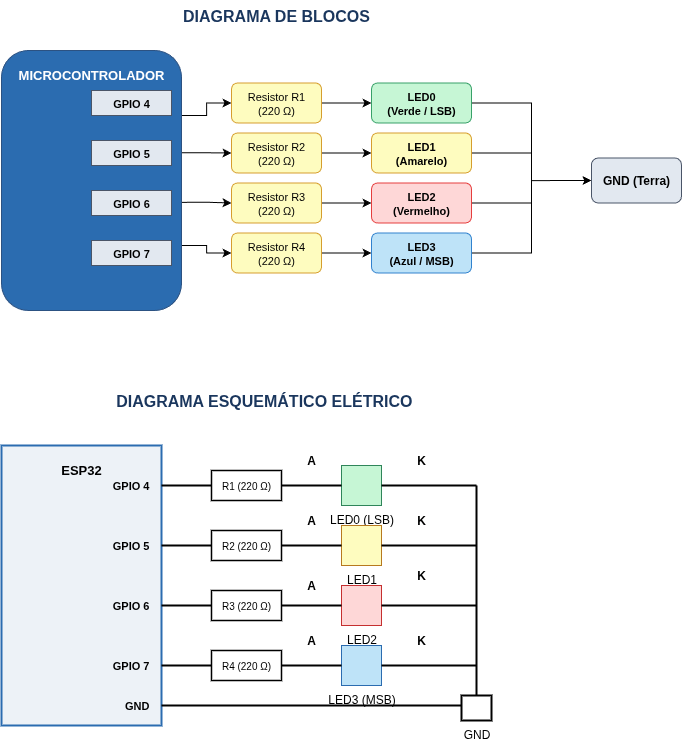
Before: saidas-digitais/saidas-digitais-diagramas.drawio.png, a diagram exported from draw.io (Brunalu28/sistemas-embarcados). Source tidied: cells renumbered, new cells last; positions are measured from the earlier drawing's top-left corner, leaving out a move shared by most shapes.
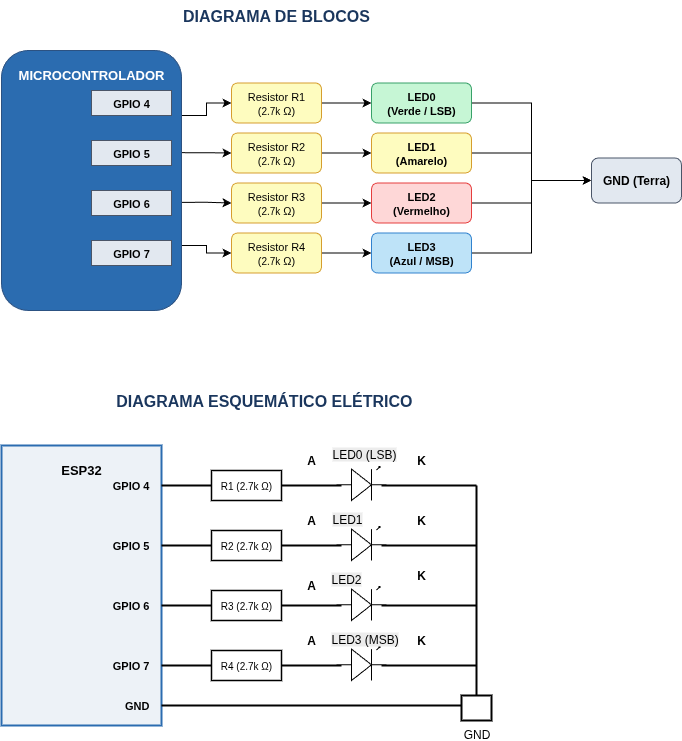
Above is the later version.

What changed in the source:
```diff
@@ -35,25 +35,25 @@
     <mxCell id="12" style="edgeStyle=orthogonalEdgeStyle;rounded=0;jettySize=auto;html=1;entryX=0;entryY=0.5;entryDx=0;entryDy=0;" parent="1" edge="1" source="13" target="21">
       <mxGeometry relative="1" as="geometry" />
     </mxCell>
-    <mxCell id="13" value="Resistor R1&lt;br&gt;(220 Ω)" style="rounded=1;whiteSpace=wrap;html=1;fillColor=#FEFCBF;strokeColor=#D69E2E;fontSize=11;" parent="1" vertex="1">
+    <mxCell id="13" value="Resistor R1&lt;br&gt;(&lt;span style=&quot;font-size: 10px;&quot;&gt;2.7k&lt;/span&gt;&amp;nbsp;Ω)" style="rounded=1;whiteSpace=wrap;html=1;fillColor=#FEFCBF;strokeColor=#D69E2E;fontSize=11;" parent="1" vertex="1">
       <mxGeometry x="230" y="82.5" width="90" height="40" as="geometry" />
     </mxCell>
     <mxCell id="14" style="edgeStyle=orthogonalEdgeStyle;rounded=0;jettySize=auto;html=1;exitX=1;exitY=0.5;exitDx=0;exitDy=0;entryX=0;entryY=0.5;entryDx=0;entryDy=0;" parent="1" edge="1" source="15" target="23">
       <mxGeometry relative="1" as="geometry" />
     </mxCell>
-    <mxCell id="15" value="Resistor R2&lt;br&gt;(220 Ω)" style="rounded=1;whiteSpace=wrap;html=1;fillColor=#FEFCBF;strokeColor=#D69E2E;fontSize=11;" parent="1" vertex="1">
+    <mxCell id="15" value="Resistor R2&lt;br&gt;(&lt;span style=&quot;font-size: 10px;&quot;&gt;2.7k&lt;/span&gt;&amp;nbsp;Ω)" style="rounded=1;whiteSpace=wrap;html=1;fillColor=#FEFCBF;strokeColor=#D69E2E;fontSize=11;" parent="1" vertex="1">
       <mxGeometry x="230" y="132.5" width="90" height="40" as="geometry" />
     </mxCell>
     <mxCell id="16" style="edgeStyle=orthogonalEdgeStyle;rounded=0;jettySize=auto;html=1;exitX=1;exitY=0.5;exitDx=0;exitDy=0;entryX=0;entryY=0.5;entryDx=0;entryDy=0;" parent="1" edge="1" source="17" target="25">
       <mxGeometry relative="1" as="geometry" />
     </mxCell>
-    <mxCell id="17" value="Resistor R3&lt;br&gt;(220 Ω)" style="rounded=1;whiteSpace=wrap;html=1;fillColor=#FEFCBF;strokeColor=#D69E2E;fontSize=11;" parent="1" vertex="1">
+    <mxCell id="17" value="Resistor R3&lt;br&gt;(&lt;span style=&quot;font-size: 10px;&quot;&gt;2.7k&lt;/span&gt;&amp;nbsp;Ω)" style="rounded=1;whiteSpace=wrap;html=1;fillColor=#FEFCBF;strokeColor=#D69E2E;fontSize=11;" parent="1" vertex="1">
       <mxGeometry x="230" y="182.5" width="90" height="40" as="geometry" />
     </mxCell>
     <mxCell id="18" style="edgeStyle=orthogonalEdgeStyle;rounded=0;jettySize=auto;html=1;exitX=1;exitY=0.5;exitDx=0;exitDy=0;entryX=0;entryY=0.5;entryDx=0;entryDy=0;" parent="1" edge="1" source="19" target="27">
       <mxGeometry relative="1" as="geometry" />
     </mxCell>
-    <mxCell id="19" value="Resistor R4&lt;br&gt;(220 Ω)" style="rounded=1;whiteSpace=wrap;html=1;fillColor=#FEFCBF;strokeColor=#D69E2E;fontSize=11;" parent="1" vertex="1">
+    <mxCell id="19" value="Resistor R4&lt;br&gt;(&lt;span style=&quot;font-size: 10px;&quot;&gt;2.7k&lt;/span&gt;&amp;nbsp;Ω)" style="rounded=1;whiteSpace=wrap;html=1;fillColor=#FEFCBF;strokeColor=#D69E2E;fontSize=11;" parent="1" vertex="1">
       <mxGeometry x="230" y="232.5" width="90" height="40" as="geometry" />
     </mxCell>
     <mxCell id="20" style="edgeStyle=orthogonalEdgeStyle;rounded=0;jettySize=auto;html=1;exitX=1;exitY=0.5;exitDx=0;exitDy=0;entryX=0;entryY=0.5;entryDx=0;entryDy=0;" parent="1" edge="1" source="21" target="28">
@@ -110,30 +110,18 @@
     <mxCell id="35" value="GND" style="text;html=1;strokeColor=none;fillColor=none;align=right;verticalAlign=middle;whiteSpace=wrap;rounded=0;fontStyle=1;fontSize=11;" parent="1" vertex="1">
       <mxGeometry x="70" y="695" width="80" height="20" as="geometry" />
     </mxCell>
-    <mxCell id="36" value="R1 (220 Ω)" style="rounded=0;whiteSpace=wrap;html=1;fillColor=#FFFFFF;strokeColor=#000000;strokeWidth=1.5;fontSize=10;" parent="1" vertex="1">
+    <mxCell id="36" value="R1 (2.7k Ω)" style="rounded=0;whiteSpace=wrap;html=1;fillColor=#FFFFFF;strokeColor=#000000;strokeWidth=1.5;fontSize=10;" parent="1" vertex="1">
       <mxGeometry x="210" y="470" width="70" height="30" as="geometry" />
     </mxCell>
-    <mxCell id="37" value="R2 (220 Ω)" style="rounded=0;whiteSpace=wrap;html=1;fillColor=#FFFFFF;strokeColor=#000000;strokeWidth=1.5;fontSize=10;" parent="1" vertex="1">
+    <mxCell id="37" value="R2 (2.7k&amp;nbsp;Ω)" style="rounded=0;whiteSpace=wrap;html=1;fillColor=#FFFFFF;strokeColor=#000000;strokeWidth=1.5;fontSize=10;" parent="1" vertex="1">
       <mxGeometry x="210" y="530" width="70" height="30" as="geometry" />
     </mxCell>
-    <mxCell id="38" value="R3 (220 Ω)" style="rounded=0;whiteSpace=wrap;html=1;fillColor=#FFFFFF;strokeColor=#000000;strokeWidth=1.5;fontSize=10;" parent="1" vertex="1">
+    <mxCell id="38" value="R3 (2.7k&amp;nbsp;Ω)" style="rounded=0;whiteSpace=wrap;html=1;fillColor=#FFFFFF;strokeColor=#000000;strokeWidth=1.5;fontSize=10;" parent="1" vertex="1">
       <mxGeometry x="210" y="590" width="70" height="30" as="geometry" />
     </mxCell>
-    <mxCell id="39" value="R4 (220 Ω)" style="rounded=0;whiteSpace=wrap;html=1;fillColor=#FFFFFF;strokeColor=#000000;strokeWidth=1.5;fontSize=10;" parent="1" vertex="1">
+    <mxCell id="39" value="R4 (2.7k&amp;nbsp;Ω)" style="rounded=0;whiteSpace=wrap;html=1;fillColor=#FFFFFF;strokeColor=#000000;strokeWidth=1.5;fontSize=10;" parent="1" vertex="1">
       <mxGeometry x="210" y="650" width="70" height="30" as="geometry" />
     </mxCell>
-    <mxCell id="40" value="LED0 (LSB)" style="verticalLabelPosition=bottom;shadow=0;dashed=0;align=center;html=1;verticalAlign=top;shape=mxgraph.electrical.diodes.led;fillColor=#C6F6D5;strokeColor=#2F855A;" parent="1" vertex="1">
-      <mxGeometry x="340" y="465" width="40" height="40" as="geometry" />
-    </mxCell>
-    <mxCell id="41" value="LED1" style="verticalLabelPosition=bottom;shadow=0;dashed=0;align=center;html=1;verticalAlign=top;shape=mxgraph.electrical.diodes.led;fillColor=#FEFCBF;strokeColor=#B7791F;" parent="1" vertex="1">
-      <mxGeometry x="340" y="525" width="40" height="40" as="geometry" />
-    </mxCell>
-    <mxCell id="42" value="LED2" style="verticalLabelPosition=bottom;shadow=0;dashed=0;align=center;html=1;verticalAlign=top;shape=mxgraph.electrical.diodes.led;fillColor=#FED7D7;strokeColor=#C53030;" parent="1" vertex="1">
-      <mxGeometry x="340" y="585" width="40" height="40" as="geometry" />
-    </mxCell>
-    <mxCell id="43" value="LED3 (MSB)" style="verticalLabelPosition=bottom;shadow=0;dashed=0;align=center;html=1;verticalAlign=top;shape=mxgraph.electrical.diodes.led;fillColor=#BEE3F8;strokeColor=#2B6CB0;" parent="1" vertex="1">
-      <mxGeometry x="340" y="645" width="40" height="40" as="geometry" />
-    </mxCell>
     <mxCell id="44" value="GND" style="verticalLabelPosition=bottom;shadow=0;dashed=0;align=center;html=1;verticalAlign=top;shape=mxgraph.electrical.signal_grounds.ground;strokeWidth=2;" parent="1" vertex="1">
       <mxGeometry x="460" y="695" width="30" height="25" as="geometry" />
     </mxCell>
@@ -245,5 +233,29 @@
     <mxCell id="66" value="&lt;b&gt;K&lt;/b&gt;" style="text;strokeColor=none;align=center;fillColor=none;html=1;verticalAlign=middle;whiteSpace=wrap;rounded=0;" parent="1" vertex="1">
       <mxGeometry x="390" y="505" width="60" height="30" as="geometry" />
     </mxCell>
+    <mxCell id="67" style="verticalLabelPosition=bottom;shadow=0;dashed=0;align=center;html=1;verticalAlign=top;shape=mxgraph.electrical.opto_electronics.led_1;" parent="1" vertex="1">
+      <mxGeometry x="335" y="466" width="50" height="34" as="geometry" />
+    </mxCell>
+    <mxCell id="68" style="verticalLabelPosition=bottom;shadow=0;dashed=0;align=center;html=1;verticalAlign=top;shape=mxgraph.electrical.opto_electronics.led_1;" parent="1" vertex="1">
+      <mxGeometry x="335" y="526" width="50" height="34" as="geometry" />
+    </mxCell>
+    <mxCell id="69" style="verticalLabelPosition=bottom;shadow=0;dashed=0;align=center;html=1;verticalAlign=top;shape=mxgraph.electrical.opto_electronics.led_1;" parent="1" vertex="1">
+      <mxGeometry x="335" y="586" width="50" height="34" as="geometry" />
+    </mxCell>
+    <mxCell id="70" style="verticalLabelPosition=bottom;shadow=0;dashed=0;align=center;html=1;verticalAlign=top;shape=mxgraph.electrical.opto_electronics.led_1;" parent="1" vertex="1">
+      <mxGeometry x="335" y="646" width="50" height="34" as="geometry" />
+    </mxCell>
+    <mxCell id="40" value="&lt;span style=&quot;color: rgb(0, 0, 0); font-family: Helvetica; font-size: 12px; font-style: normal; font-variant-ligatures: normal; font-variant-caps: normal; font-weight: 400; letter-spacing: normal; orphans: 2; text-align: center; text-indent: 0px; text-transform: none; widows: 2; word-spacing: 0px; -webkit-text-stroke-width: 0px; white-space: nowrap; background-color: rgb(236, 236, 236); text-decoration-thickness: initial; text-decoration-style: initial; text-decoration-color: initial; display: inline !important; float: none;&quot;&gt;LED0 (LSB)&lt;/span&gt;" style="text;whiteSpace=wrap;html=1;" parent="1" vertex="1">
+      <mxGeometry x="329" y="440" width="62" height="30" as="geometry" />
+    </mxCell>
+    <mxCell id="42" value="&lt;span style=&quot;color: rgb(0, 0, 0); font-family: Helvetica; font-size: 12px; font-style: normal; font-variant-ligatures: normal; font-variant-caps: normal; font-weight: 400; letter-spacing: normal; orphans: 2; text-align: center; text-indent: 0px; text-transform: none; widows: 2; word-spacing: 0px; -webkit-text-stroke-width: 0px; white-space: nowrap; background-color: rgb(236, 236, 236); text-decoration-thickness: initial; text-decoration-style: initial; text-decoration-color: initial; float: none; display: inline !important;&quot;&gt;LED2&lt;/span&gt;" style="text;whiteSpace=wrap;html=1;" parent="1" vertex="1">
+      <mxGeometry x="328" y="565" width="62" height="30" as="geometry" />
+    </mxCell>
+    <mxCell id="41" value="&lt;span style=&quot;color: rgb(0, 0, 0); font-family: Helvetica; font-size: 12px; font-style: normal; font-variant-ligatures: normal; font-variant-caps: normal; font-weight: 400; letter-spacing: normal; orphans: 2; text-align: center; text-indent: 0px; text-transform: none; widows: 2; word-spacing: 0px; -webkit-text-stroke-width: 0px; white-space: nowrap; background-color: rgb(236, 236, 236); text-decoration-thickness: initial; text-decoration-style: initial; text-decoration-color: initial; float: none; display: inline !important;&quot;&gt;LED1&lt;/span&gt;" style="text;whiteSpace=wrap;html=1;" parent="1" vertex="1">
+      <mxGeometry x="329" y="505" width="62" height="30" as="geometry" />
+    </mxCell>
+    <mxCell id="43" value="&lt;span style=&quot;color: rgb(0, 0, 0); font-family: Helvetica; font-size: 12px; font-style: normal; font-variant-ligatures: normal; font-variant-caps: normal; font-weight: 400; letter-spacing: normal; orphans: 2; text-align: center; text-indent: 0px; text-transform: none; widows: 2; word-spacing: 0px; -webkit-text-stroke-width: 0px; white-space: nowrap; background-color: rgb(236, 236, 236); text-decoration-thickness: initial; text-decoration-style: initial; text-decoration-color: initial; float: none; display: inline !important;&quot;&gt;LED3 (MSB)&lt;/span&gt;" style="text;whiteSpace=wrap;html=1;" parent="1" vertex="1">
+      <mxGeometry x="328" y="625" width="62" height="30" as="geometry" />
+    </mxCell>
   </root>
 </mxGraphModel>
```
